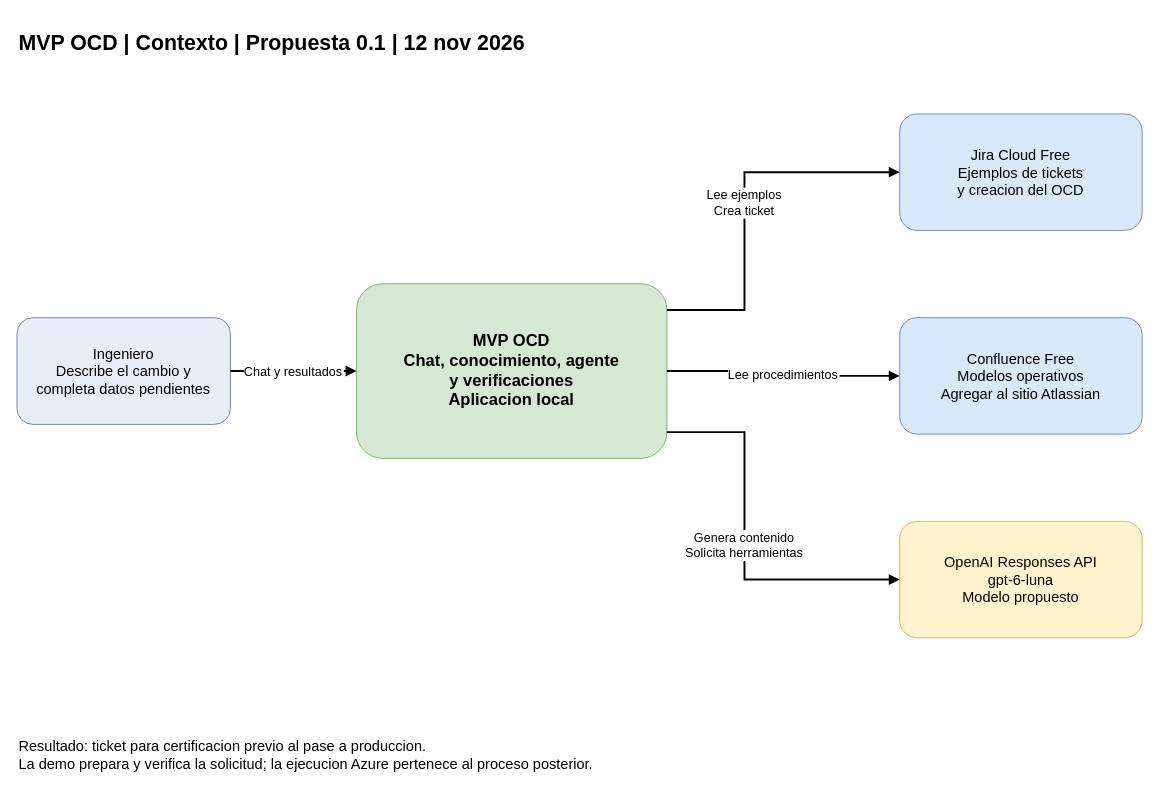
This is page "Contexto" (1 of 3) of docs/MVP_OCD_Arquitectura.drawio from miguelsff/grupo-visa-ai, a draw.io file, before an edit. Source tidied: cells renumbered, new cells numbered last; positions are measured from the earlier drawing's top-left corner, leaving out a move shared by most shapes. Both pictures are drawn from the tidied source at 97%, with x=0, y=0 at pixel (16, 16).
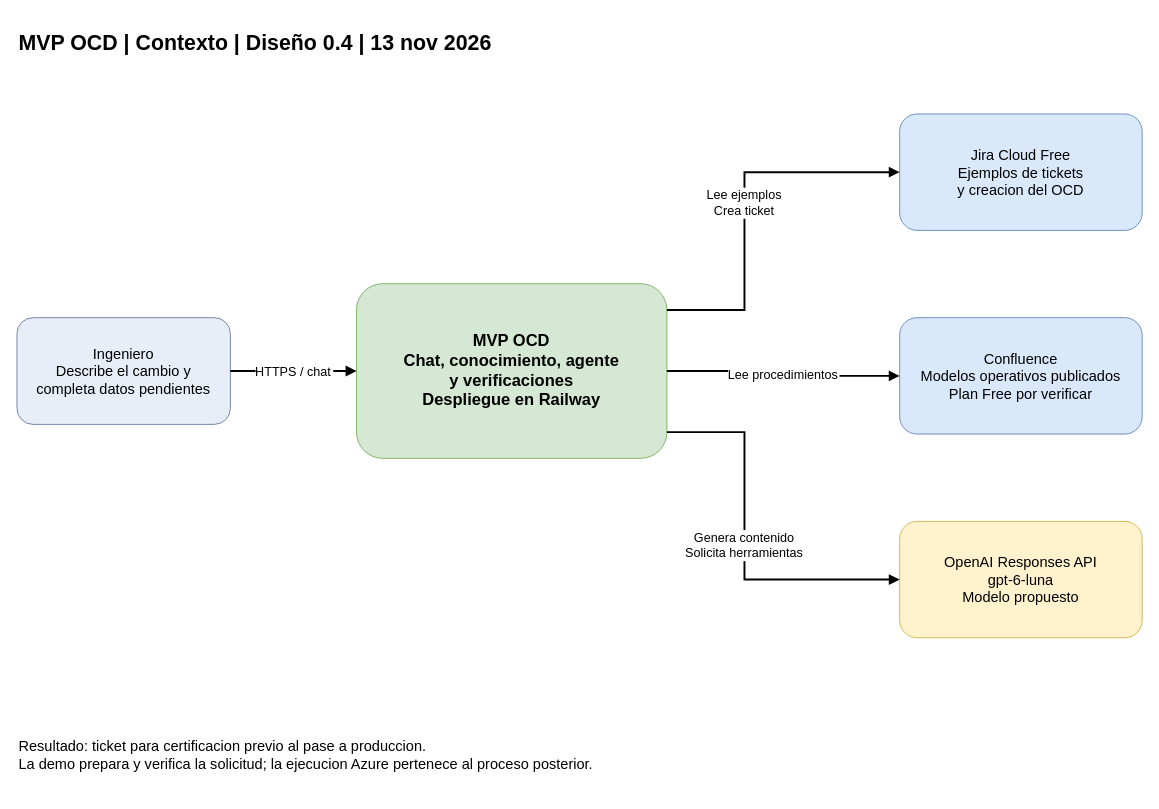
The same diagram, later.

Diff of the diagram source:
```diff
@@
 <mxGraphModel>
   <root>
     <mxCell id="0" />
     <mxCell id="1" parent="0" />
-    <mxCell id="2" value="MVP OCD | Contexto | Propuesta 0.1 | 12 nov 2026" style="text;html=0;align=left;verticalAlign=middle;fontSize=22;fontStyle=1;" parent="1" vertex="1">
+    <mxCell id="2" value="MVP OCD | Contexto | Diseño 0.4 | 13 nov 2026" style="text;html=0;align=left;verticalAlign=middle;fontSize=22;fontStyle=1;" parent="1" vertex="1">
       <mxGeometry width="1150" height="50" as="geometry" />
     </mxCell>
     <mxCell id="3" value="Ingeniero&#10;Describe el cambio y&#10;completa datos pendientes" style="rounded=1;whiteSpace=wrap;html=0;fillColor=#e8eef8;strokeColor=#7385a8;fontSize=15;" parent="1" vertex="1">
       <mxGeometry y="310" width="220" height="110" as="geometry" />
     </mxCell>
-    <mxCell id="4" value="MVP OCD&#10;Chat, conocimiento, agente&#10;y verificaciones&#10;Aplicacion local" style="rounded=1;whiteSpace=wrap;html=0;fillColor=#d5e8d4;strokeColor=#82b366;fontSize=17;fontStyle=1;" parent="1" vertex="1">
+    <mxCell id="4" value="MVP OCD&#10;Chat, conocimiento, agente&#10;y verificaciones&#10;Despliegue en Railway" style="rounded=1;whiteSpace=wrap;html=0;fillColor=#d5e8d4;strokeColor=#82b366;fontSize=17;fontStyle=1;" parent="1" vertex="1">
       <mxGeometry x="350" y="275" width="320" height="180" as="geometry" />
     </mxCell>
     <mxCell id="5" value="Jira Cloud Free&#10;Ejemplos de tickets&#10;y creacion del OCD" style="rounded=1;whiteSpace=wrap;html=0;fillColor=#dae8fc;strokeColor=#6c8ebf;fontSize=15;" parent="1" vertex="1">
       <mxGeometry x="910" y="100" width="250" height="120" as="geometry" />
     </mxCell>
-    <mxCell id="6" value="Confluence Free&#10;Modelos operativos&#10;Agregar al sitio Atlassian" style="rounded=1;whiteSpace=wrap;html=0;fillColor=#dae8fc;strokeColor=#6c8ebf;fontSize=15;" parent="1" vertex="1">
+    <mxCell id="6" value="Confluence&#10;Modelos operativos publicados&#10;Plan Free por verificar" style="rounded=1;whiteSpace=wrap;html=0;fillColor=#dae8fc;strokeColor=#6c8ebf;fontSize=15;" parent="1" vertex="1">
       <mxGeometry x="910" y="310" width="250" height="120" as="geometry" />
     </mxCell>
     <mxCell id="7" value="OpenAI Responses API&#10;gpt-6-luna&#10;Modelo propuesto" style="rounded=1;whiteSpace=wrap;html=0;fillColor=#fff2cc;strokeColor=#d6b656;fontSize=15;" parent="1" vertex="1">
       <mxGeometry x="910" y="520" width="250" height="120" as="geometry" />
     </mxCell>
     <mxCell id="8" value="Resultado: ticket para certificacion previo al pase a produccion.&#10;La demo prepara y verifica la solicitud; la ejecucion Azure pertenece al proceso posterior." style="text;html=0;align=left;verticalAlign=middle;fontSize=15;" parent="1" vertex="1">
       <mxGeometry y="720" width="1160" height="80" as="geometry" />
     </mxCell>
-    <mxCell id="9" value="Chat y resultados" style="edgeStyle=orthogonalEdgeStyle;rounded=0;html=0;endArrow=block;endFill=1;strokeWidth=2;fontSize=13;exitX=1;exitY=0.5;entryX=0;entryY=0.5;" parent="1" edge="1" source="3" target="4">
+    <mxCell id="9" value="HTTPS / chat" style="edgeStyle=orthogonalEdgeStyle;rounded=0;html=0;endArrow=block;endFill=1;strokeWidth=2;fontSize=13;exitX=1;exitY=0.5;entryX=0;entryY=0.5;" parent="1" edge="1" source="3" target="4">
       <mxGeometry relative="1" as="geometry" />
     </mxCell>
     <mxCell id="10" value="Lee ejemplos&#10;Crea ticket" style="edgeStyle=orthogonalEdgeStyle;rounded=0;html=0;endArrow=block;endFill=1;strokeWidth=2;fontSize=13;exitX=1;exitY=0.15;entryX=0;entryY=0.5;" parent="1" edge="1" source="4" target="5">
       <mxGeometry relative="1" as="geometry">
         <Array as="points">
           <mxPoint x="750" y="302" />
           <mxPoint x="750" y="160" />
         </Array>
       </mxGeometry>
     </mxCell>
     <mxCell id="11" value="Lee procedimientos" style="edgeStyle=orthogonalEdgeStyle;rounded=0;html=0;endArrow=block;endFill=1;strokeWidth=2;fontSize=13;exitX=1;exitY=0.5;entryX=0;entryY=0.5;" parent="1" edge="1" source="4" target="6">
       <mxGeometry relative="1" as="geometry" />
     </mxCell>
     <mxCell id="12" value="Genera contenido&#10;Solicita herramientas" style="edgeStyle=orthogonalEdgeStyle;rounded=0;html=0;endArrow=block;endFill=1;strokeWidth=2;fontSize=13;exitX=1;exitY=0.85;entryX=0;entryY=0.5;" parent="1" edge="1" source="4" target="7">
       <mxGeometry relative="1" as="geometry">
         <Array as="points">
           <mxPoint x="750" y="428" />
           <mxPoint x="750" y="580" />
         </Array>
       </mxGeometry>
     </mxCell>
   </root>
 </mxGraphModel>
```
